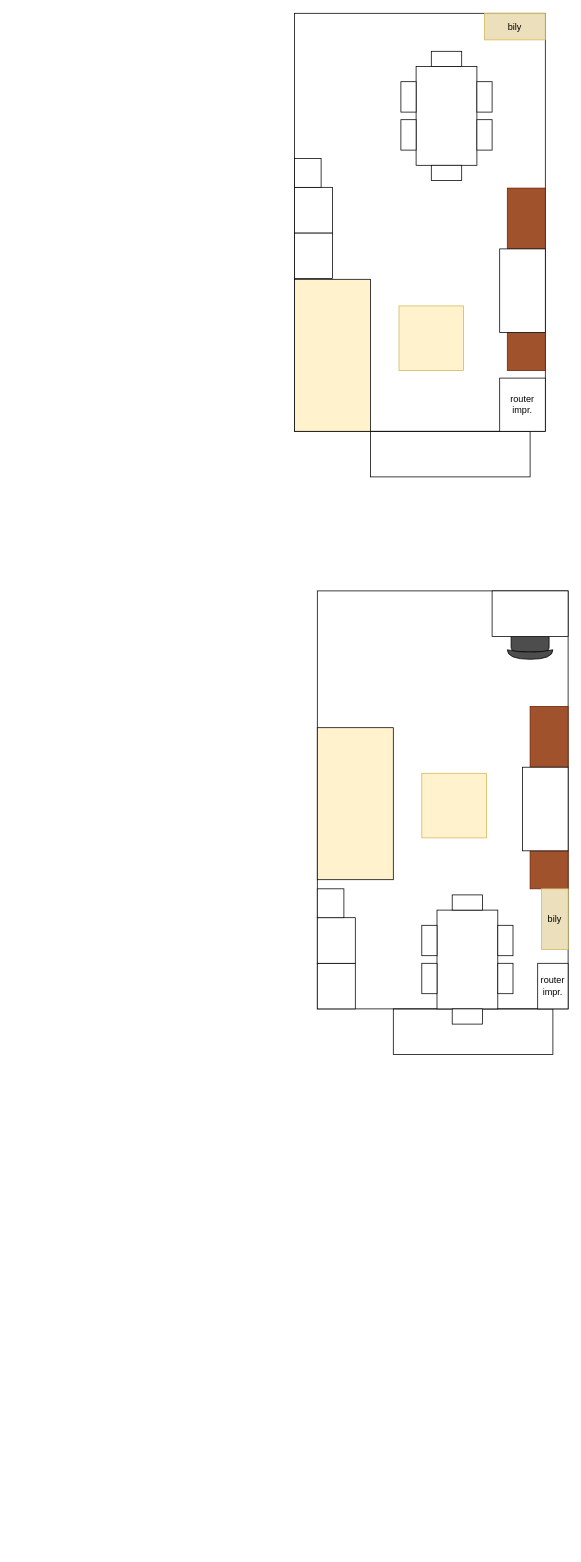
Above: Diagrama sin título.drawio in rlop666/diagramas (draw.io), before the change. Source tidied: cells renumbered, new cells numbered last; positions are measured from the earlier drawing's top-left corner, leaving out a move shared by most shapes. Both pictures are drawn from the tidied source at 76%, with x=0, y=0 at pixel (294, 13).
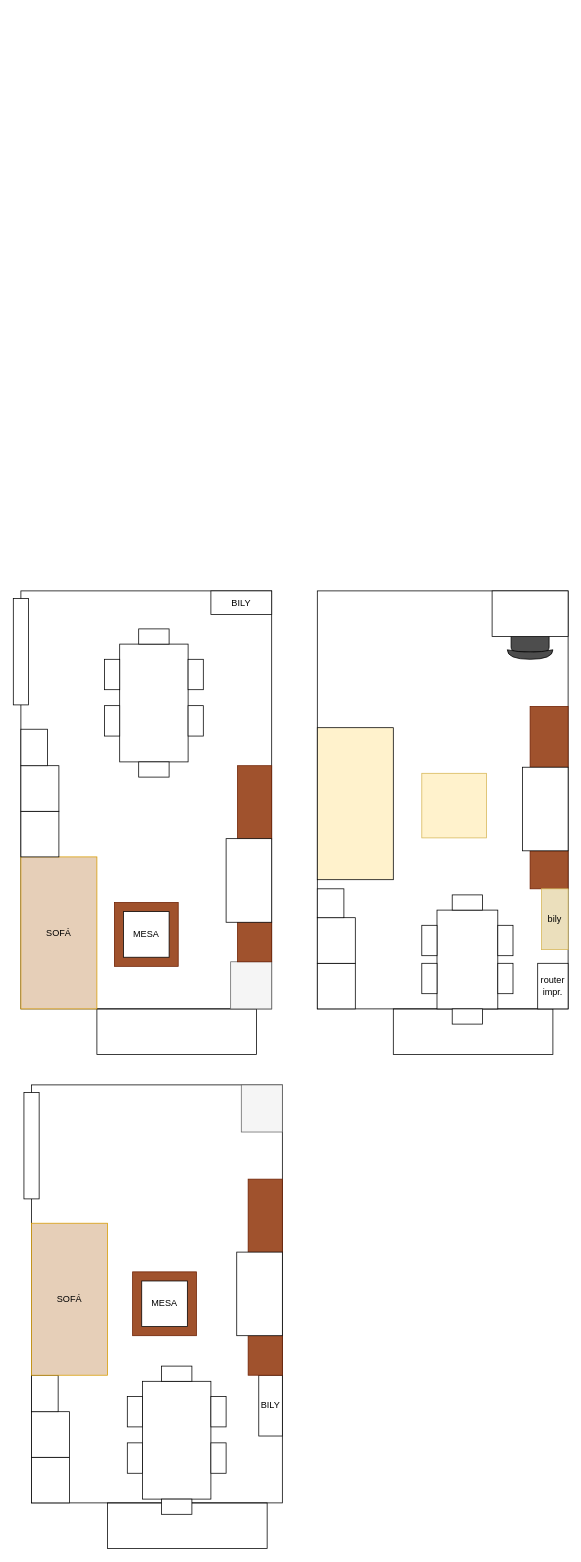
The same diagram, later.

The edit, as a diff of the source:
```diff
@@
-    <mxCell id="27" style="group;" parent="1" vertex="1">
-      <mxGeometry width="330" height="610" as="geometry" />
-    </mxCell>
-    <mxCell id="28" style="rounded=0;whiteSpace=wrap;html=1;fillColor=none;" parent="27" vertex="1">
-      <mxGeometry width="330" height="550" as="geometry" />
-    </mxCell>
-    <mxCell id="29" style="rounded=0;whiteSpace=wrap;html=1;fillColor=none;" parent="27" vertex="1">
-      <mxGeometry x="100" y="550" width="210" height="60" as="geometry" />
-    </mxCell>
-    <mxCell id="30" style="group;" parent="27" vertex="1">
-      <mxGeometry x="140" y="50" width="120" height="170" as="geometry" />
-    </mxCell>
-    <mxCell id="31" style="rounded=0;whiteSpace=wrap;html=1;direction=south;" parent="30" vertex="1">
-      <mxGeometry x="20" y="20" width="80" height="130" as="geometry" />
-    </mxCell>
-    <mxCell id="32" style="rounded=0;whiteSpace=wrap;html=1;" parent="30" vertex="1">
-      <mxGeometry x="40" width="40" height="20" as="geometry" />
-    </mxCell>
-    <mxCell id="33" style="rounded=0;whiteSpace=wrap;html=1;" parent="30" vertex="1">
-      <mxGeometry x="40" y="150" width="40" height="20" as="geometry" />
-    </mxCell>
-    <mxCell id="34" style="rounded=0;whiteSpace=wrap;html=1;direction=south;" parent="30" vertex="1">
-      <mxGeometry x="100" y="40" width="20" height="40" as="geometry" />
-    </mxCell>
-    <mxCell id="35" style="rounded=0;whiteSpace=wrap;html=1;direction=south;" parent="30" vertex="1">
-      <mxGeometry x="100" y="90" width="20" height="40" as="geometry" />
-    </mxCell>
-    <mxCell id="36" style="rounded=0;whiteSpace=wrap;html=1;direction=south;" parent="30" vertex="1">
-      <mxGeometry y="90" width="20" height="40" as="geometry" />
-    </mxCell>
-    <mxCell id="37" style="rounded=0;whiteSpace=wrap;html=1;direction=south;" parent="30" vertex="1">
-      <mxGeometry y="40" width="20" height="40" as="geometry" />
-    </mxCell>
-    <mxCell id="38" style="rounded=0;whiteSpace=wrap;html=1;fillColor=#FFF2CC;" parent="27" vertex="1">
-      <mxGeometry y="350" width="100" height="200" as="geometry" />
-    </mxCell>
-    <mxCell id="39" style="rounded=0;whiteSpace=wrap;html=1;fillColor=#fff2cc;strokeColor=#d6b656;" parent="27" vertex="1">
-      <mxGeometry x="137.5" y="385" width="85" height="85" as="geometry" />
-    </mxCell>
-    <mxCell id="40" style="rounded=0;whiteSpace=wrap;html=1;fillColor=#a0522d;fontColor=#ffffff;strokeColor=#6D1F00;" parent="27" vertex="1">
-      <mxGeometry x="280" y="420" width="50" height="50" as="geometry" />
-    </mxCell>
-    <mxCell id="41" style="rounded=0;whiteSpace=wrap;html=1;fillColor=#a0522d;fontColor=#ffffff;strokeColor=#6D1F00;" parent="27" vertex="1">
-      <mxGeometry x="280" y="230" width="50" height="80" as="geometry" />
-    </mxCell>
-    <mxCell id="42" style="rounded=0;whiteSpace=wrap;html=1;" parent="27" vertex="1">
-      <mxGeometry x="270" y="310" width="60" height="110" as="geometry" />
-    </mxCell>
-    <mxCell id="43" value="router impr." style="rounded=0;whiteSpace=wrap;html=1;" parent="27" vertex="1">
-      <mxGeometry x="270" y="480" width="60" height="70" as="geometry" />
-    </mxCell>
-    <mxCell id="44" value="bily" style="rounded=0;whiteSpace=wrap;html=1;direction=west;fillColor=#EBDFBC;strokeColor=#d6b656;" parent="27" vertex="1">
-      <mxGeometry x="250" width="80" height="35" as="geometry" />
-    </mxCell>
-    <mxCell id="45" style="rounded=0;whiteSpace=wrap;html=1;" parent="27" vertex="1">
-      <mxGeometry y="289" width="50" height="60" as="geometry" />
-    </mxCell>
-    <mxCell id="46" style="rounded=0;whiteSpace=wrap;html=1;" parent="27" vertex="1">
-      <mxGeometry y="229" width="50" height="60" as="geometry" />
-    </mxCell>
-    <mxCell id="47" style="rounded=0;whiteSpace=wrap;html=1;" parent="27" vertex="1">
-      <mxGeometry y="191" width="35" height="38" as="geometry" />
-    </mxCell>
+    <mxCell id="48" style="group;" parent="1" vertex="1">
+      <mxGeometry x="-360" y="760" width="330" height="610" as="geometry" />
+    </mxCell>
+    <mxCell id="49" style="rounded=0;whiteSpace=wrap;html=1;fillColor=none;" parent="48" vertex="1">
+      <mxGeometry width="330" height="550" as="geometry" />
+    </mxCell>
+    <mxCell id="50" style="rounded=0;whiteSpace=wrap;html=1;fillColor=none;" parent="48" vertex="1">
+      <mxGeometry x="100" y="550" width="210" height="60" as="geometry" />
+    </mxCell>
+    <mxCell id="51" value="SOFÁ" style="rounded=0;whiteSpace=wrap;html=1;fillColor=#E6CFB8;strokeColor=#d79b00;" parent="48" vertex="1">
+      <mxGeometry y="350" width="100" height="200" as="geometry" />
+    </mxCell>
+    <mxCell id="52" value="BILY" style="rounded=0;whiteSpace=wrap;html=1;" parent="48" vertex="1">
+      <mxGeometry x="250" width="80" height="31" as="geometry" />
+    </mxCell>
+    <mxCell id="53" style="rounded=0;whiteSpace=wrap;html=1;fillColor=#f5f5f5;fontColor=#333333;strokeColor=#666666;" parent="48" vertex="1">
+      <mxGeometry x="276" y="488" width="54" height="62" as="geometry" />
+    </mxCell>
+    <mxCell id="54" style="rounded=0;whiteSpace=wrap;html=1;fillColor=#a0522d;fontColor=#ffffff;strokeColor=#6D1F00;" parent="48" vertex="1">
+      <mxGeometry x="285" y="436" width="45" height="52" as="geometry" />
+    </mxCell>
+    <mxCell id="55" style="rounded=0;whiteSpace=wrap;html=1;fillColor=#a0522d;fontColor=#ffffff;strokeColor=#6D1F00;" parent="48" vertex="1">
+      <mxGeometry x="285" y="230" width="45" height="97" as="geometry" />
+    </mxCell>
+    <mxCell id="56" style="group;" parent="48" vertex="1">
+      <mxGeometry x="123" y="410" width="84" height="84" as="geometry" />
+    </mxCell>
+    <mxCell id="57" style="rounded=0;whiteSpace=wrap;html=1;fillColor=#a0522d;fontColor=#ffffff;strokeColor=#6D1F00;" parent="56" vertex="1">
+      <mxGeometry width="84" height="84" as="geometry" />
+    </mxCell>
+    <mxCell id="58" value="MESA" style="rounded=0;whiteSpace=wrap;html=1;" parent="56" vertex="1">
+      <mxGeometry x="12" y="12" width="60" height="60" as="geometry" />
+    </mxCell>
+    <mxCell id="59" style="rounded=0;whiteSpace=wrap;html=1;" parent="48" vertex="1">
+      <mxGeometry y="290" width="50" height="60" as="geometry" />
+    </mxCell>
+    <mxCell id="60" style="rounded=0;whiteSpace=wrap;html=1;" parent="48" vertex="1">
+      <mxGeometry y="230" width="50" height="60" as="geometry" />
+    </mxCell>
+    <mxCell id="61" style="rounded=0;whiteSpace=wrap;html=1;" parent="48" vertex="1">
+      <mxGeometry y="182" width="35" height="48" as="geometry" />
+    </mxCell>
+    <mxCell id="62" style="rounded=0;whiteSpace=wrap;html=1;" parent="48" vertex="1">
+      <mxGeometry x="270" y="326" width="60" height="110" as="geometry" />
+    </mxCell>
+    <mxCell id="63" style="group;" parent="48" vertex="1">
+      <mxGeometry x="110" y="50" width="130" height="195" as="geometry" />
+    </mxCell>
+    <mxCell id="64" style="rounded=0;whiteSpace=wrap;html=1;direction=south;" parent="63" vertex="1">
+      <mxGeometry x="20" y="20" width="90" height="155" as="geometry" />
+    </mxCell>
+    <mxCell id="65" style="rounded=0;whiteSpace=wrap;html=1;" parent="63" vertex="1">
+      <mxGeometry x="45" width="40" height="20" as="geometry" />
+    </mxCell>
+    <mxCell id="66" style="rounded=0;whiteSpace=wrap;html=1;" parent="63" vertex="1">
+      <mxGeometry x="45" y="175" width="40" height="20" as="geometry" />
+    </mxCell>
+    <mxCell id="67" style="rounded=0;whiteSpace=wrap;html=1;direction=south;" parent="63" vertex="1">
+      <mxGeometry x="110" y="40" width="20" height="40" as="geometry" />
+    </mxCell>
+    <mxCell id="68" style="rounded=0;whiteSpace=wrap;html=1;direction=south;" parent="63" vertex="1">
+      <mxGeometry x="110" y="101" width="20" height="40" as="geometry" />
+    </mxCell>
+    <mxCell id="69" style="rounded=0;whiteSpace=wrap;html=1;direction=south;" parent="63" vertex="1">
+      <mxGeometry y="101" width="20" height="40" as="geometry" />
+    </mxCell>
+    <mxCell id="70" style="rounded=0;whiteSpace=wrap;html=1;direction=south;" parent="63" vertex="1">
+      <mxGeometry y="40" width="20" height="40" as="geometry" />
+    </mxCell>
+    <mxCell id="71" style="rounded=0;whiteSpace=wrap;html=1;" parent="1" vertex="1">
+      <mxGeometry x="-370" y="770" width="20" height="140" as="geometry" />
+    </mxCell>
+    <mxCell id="72" style="group;" parent="1" vertex="1">
+      <mxGeometry x="-346" y="1410" width="330" height="610" as="geometry" />
+    </mxCell>
+    <mxCell id="73" style="rounded=0;whiteSpace=wrap;html=1;fillColor=none;" parent="72" vertex="1">
+      <mxGeometry width="330" height="550" as="geometry" />
+    </mxCell>
+    <mxCell id="74" style="rounded=0;whiteSpace=wrap;html=1;fillColor=none;" parent="72" vertex="1">
+      <mxGeometry x="100" y="550" width="210" height="60" as="geometry" />
+    </mxCell>
+    <mxCell id="75" value="BILY" style="rounded=0;whiteSpace=wrap;html=1;direction=south;" parent="72" vertex="1">
+      <mxGeometry x="299" y="382" width="31" height="80" as="geometry" />
+    </mxCell>
+    <mxCell id="76" style="rounded=0;whiteSpace=wrap;html=1;fillColor=#f5f5f5;fontColor=#333333;strokeColor=#666666;" parent="72" vertex="1">
+      <mxGeometry x="276" width="54" height="62" as="geometry" />
+    </mxCell>
+    <mxCell id="77" style="rounded=0;whiteSpace=wrap;html=1;fillColor=#a0522d;fontColor=#ffffff;strokeColor=#6D1F00;" parent="72" vertex="1">
+      <mxGeometry x="285" y="330" width="45" height="52" as="geometry" />
+    </mxCell>
+    <mxCell id="78" style="rounded=0;whiteSpace=wrap;html=1;fillColor=#a0522d;fontColor=#ffffff;strokeColor=#6D1F00;" parent="72" vertex="1">
+      <mxGeometry x="285" y="124" width="45" height="97" as="geometry" />
+    </mxCell>
+    <mxCell id="79" style="rounded=0;whiteSpace=wrap;html=1;" parent="72" vertex="1">
+      <mxGeometry y="490" width="50" height="60" as="geometry" />
+    </mxCell>
+    <mxCell id="80" style="rounded=0;whiteSpace=wrap;html=1;" parent="72" vertex="1">
+      <mxGeometry y="430" width="50" height="60" as="geometry" />
+    </mxCell>
+    <mxCell id="81" style="rounded=0;whiteSpace=wrap;html=1;" parent="72" vertex="1">
+      <mxGeometry y="382" width="35" height="48" as="geometry" />
+    </mxCell>
+    <mxCell id="82" style="rounded=0;whiteSpace=wrap;html=1;" parent="72" vertex="1">
+      <mxGeometry x="270" y="220" width="60" height="110" as="geometry" />
+    </mxCell>
+    <mxCell id="83" style="group;" parent="72" vertex="1">
+      <mxGeometry x="126" y="370" width="130" height="195" as="geometry" />
+    </mxCell>
+    <mxCell id="84" style="rounded=0;whiteSpace=wrap;html=1;direction=south;" parent="83" vertex="1">
+      <mxGeometry x="20" y="20" width="90" height="155" as="geometry" />
+    </mxCell>
+    <mxCell id="85" style="rounded=0;whiteSpace=wrap;html=1;" parent="83" vertex="1">
+      <mxGeometry x="45" width="40" height="20" as="geometry" />
+    </mxCell>
+    <mxCell id="86" style="rounded=0;whiteSpace=wrap;html=1;" parent="83" vertex="1">
+      <mxGeometry x="45" y="175" width="40" height="20" as="geometry" />
+    </mxCell>
+    <mxCell id="87" style="rounded=0;whiteSpace=wrap;html=1;direction=south;" parent="83" vertex="1">
+      <mxGeometry x="110" y="40" width="20" height="40" as="geometry" />
+    </mxCell>
+    <mxCell id="88" style="rounded=0;whiteSpace=wrap;html=1;direction=south;" parent="83" vertex="1">
+      <mxGeometry x="110" y="101" width="20" height="40" as="geometry" />
+    </mxCell>
+    <mxCell id="89" style="rounded=0;whiteSpace=wrap;html=1;direction=south;" parent="83" vertex="1">
+      <mxGeometry y="101" width="20" height="40" as="geometry" />
+    </mxCell>
+    <mxCell id="90" style="rounded=0;whiteSpace=wrap;html=1;direction=south;" parent="83" vertex="1">
+      <mxGeometry y="40" width="20" height="40" as="geometry" />
+    </mxCell>
+    <mxCell id="91" value="SOFÁ" style="rounded=0;whiteSpace=wrap;html=1;fillColor=#E6CFB8;strokeColor=#d79b00;" parent="72" vertex="1">
+      <mxGeometry y="182" width="100" height="200" as="geometry" />
+    </mxCell>
+    <mxCell id="92" style="group;" parent="72" vertex="1">
+      <mxGeometry x="133" y="246" width="84" height="84" as="geometry" />
+    </mxCell>
+    <mxCell id="93" style="rounded=0;whiteSpace=wrap;html=1;fillColor=#a0522d;fontColor=#ffffff;strokeColor=#6D1F00;" parent="92" vertex="1">
+      <mxGeometry width="84" height="84" as="geometry" />
+    </mxCell>
+    <mxCell id="94" value="MESA" style="rounded=0;whiteSpace=wrap;html=1;" parent="92" vertex="1">
+      <mxGeometry x="12" y="12" width="60" height="60" as="geometry" />
+    </mxCell>
+    <mxCell id="95" style="rounded=0;whiteSpace=wrap;html=1;" parent="1" vertex="1">
+      <mxGeometry x="-356" y="1420" width="20" height="140" as="geometry" />
+    </mxCell>
```
